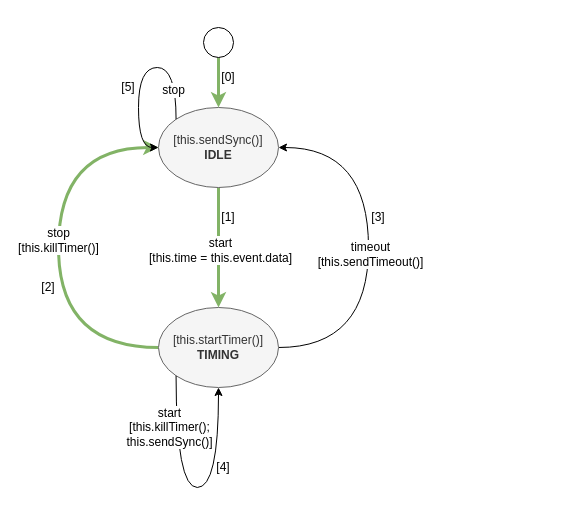
The draw.io diagram page "Transitions of Timer State Machine" (5 of 8) of drawing.drawio in guitarvydas/ag-js-3, before the edit. Source tidied: cells renumbered, new cells numbered last; positions are measured from the earlier drawing's top-left corner, leaving out a move shared by most shapes. Both pictures are drawn from the tidied source at 100%, with x=0, y=0 at pixel (38, 27).
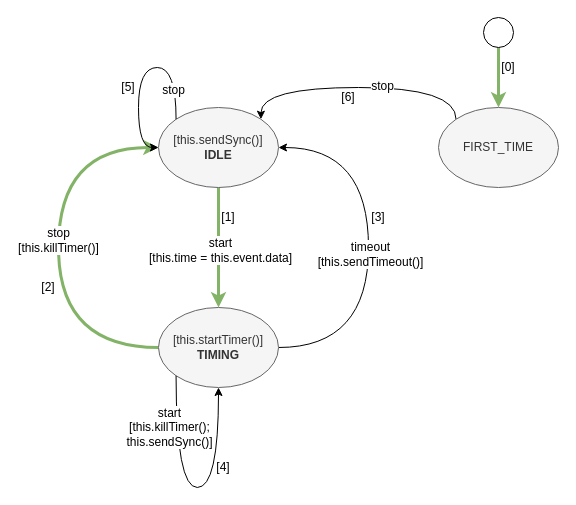
The same page after the edit.

The change refers to these unchanged cells:
```xml
<mxCell id="4" value="[this.sendSync()]&lt;br&gt;&lt;b&gt;IDLE&lt;/b&gt;" style="ellipse;whiteSpace=wrap;html=1;fillColor=#f5f5f5;strokeColor=#666666;fontColor=#333333;" parent="1" vertex="1">
  <mxGeometry x="120" y="80" width="120" height="80" as="geometry" />
</mxCell>
```

The edit, as a diff of the source:
```diff
@@
-    <mxCell id="12" style="edgeStyle=orthogonalEdgeStyle;curved=1;jettySize=auto;html=1;fillColor=#d5e8d4;strokeColor=#82b366;strokeWidth=3;" parent="1" edge="1" source="13" target="4">
-      <mxGeometry relative="1" as="geometry" />
-    </mxCell>
-    <mxCell id="13" style="ellipse;whiteSpace=wrap;html=1;" parent="1" vertex="1">
-      <mxGeometry x="165" width="30" height="30" as="geometry" />
-    </mxCell>
@@
     <mxCell id="16" value="[0]" style="text;html=1;strokeColor=none;fillColor=none;align=center;verticalAlign=middle;whiteSpace=wrap;rounded=0;" parent="1" vertex="1">
-      <mxGeometry x="180" y="40" width="20" height="20" as="geometry" />
+      <mxGeometry x="460" y="30" width="20" height="20" as="geometry" />
     </mxCell>
@@
+    <mxCell id="22" style="edgeStyle=orthogonalEdgeStyle;curved=1;jettySize=auto;html=1;fillColor=#d5e8d4;strokeColor=#82b366;strokeWidth=3;entryX=0.5;entryY=0;entryDx=0;entryDy=0;" parent="1" edge="1" source="23" target="26">
+      <mxGeometry relative="1" as="geometry" />
+    </mxCell>
+    <mxCell id="23" style="ellipse;whiteSpace=wrap;html=1;" parent="1" vertex="1">
+      <mxGeometry x="445" y="-10" width="30" height="30" as="geometry" />
+    </mxCell>
+    <mxCell id="24" style="edgeStyle=orthogonalEdgeStyle;curved=1;jettySize=auto;html=1;exitX=0;exitY=0;exitDx=0;exitDy=0;entryX=1;entryY=0;entryDx=0;entryDy=0;strokeWidth=1;" parent="1" edge="1" source="26" target="4">
+      <mxGeometry relative="1" as="geometry">
+        <Array as="points">
+          <mxPoint x="418" y="60" />
+          <mxPoint x="222" y="60" />
+        </Array>
+      </mxGeometry>
+    </mxCell>
+    <mxCell id="25" value="stop" style="text;html=1;align=center;verticalAlign=middle;labelBackgroundColor=#ffffff;" parent="24" vertex="1">
+      <mxGeometry x="-0.18" y="-2" relative="1" as="geometry" />
+    </mxCell>
+    <mxCell id="26" value="FIRST_TIME" style="ellipse;whiteSpace=wrap;html=1;fillColor=#f5f5f5;strokeColor=#666666;fontColor=#333333;" parent="1" vertex="1">
+      <mxGeometry x="400" y="80" width="120" height="80" as="geometry" />
+    </mxCell>
+    <mxCell id="27" value="[6]" style="text;html=1;strokeColor=none;fillColor=none;align=center;verticalAlign=middle;whiteSpace=wrap;rounded=0;" parent="1" vertex="1">
+      <mxGeometry x="300" y="60" width="20" height="20" as="geometry" />
+    </mxCell>
```
